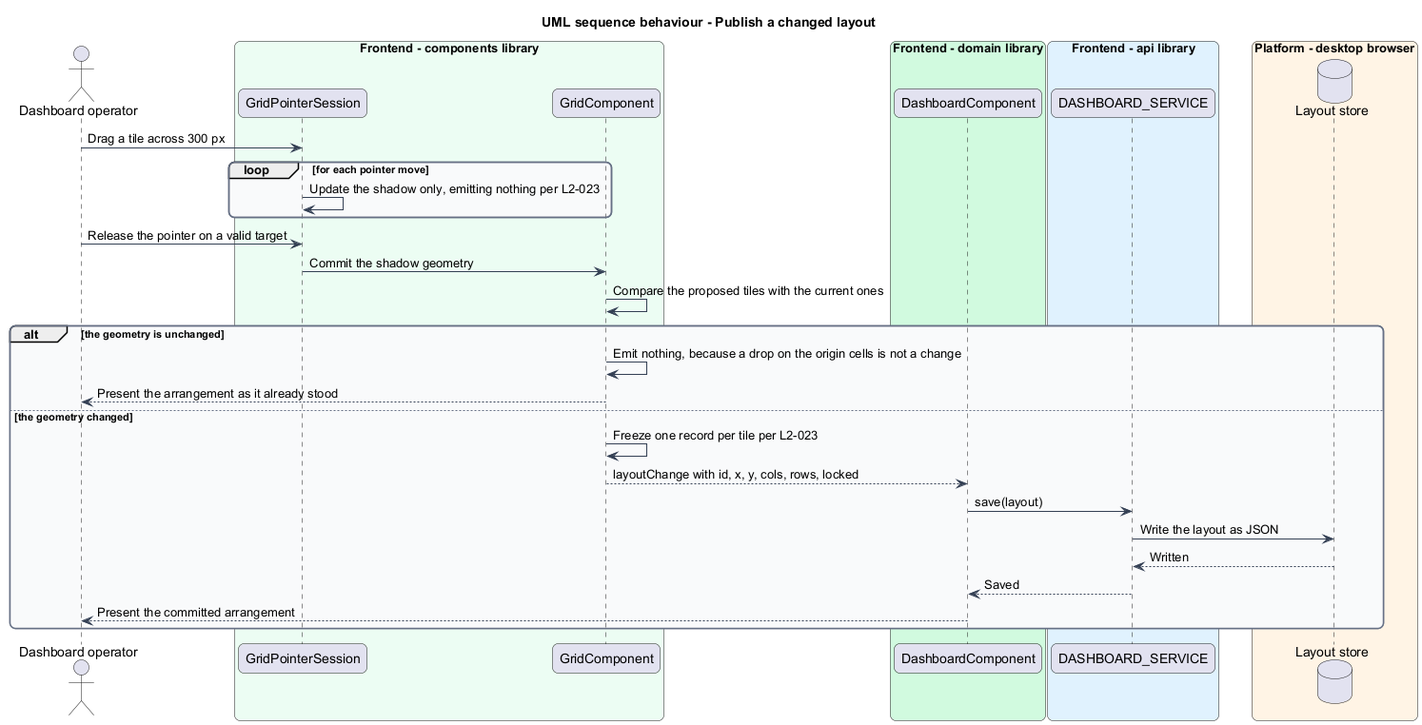
QuinntyneBrown/qbc-grid keeps this PlantUML diagram as docs/detailed-designs/grid-layout/publish-and-restore-layout/diagrams/sequence-publish.png. Above is the earlier version.
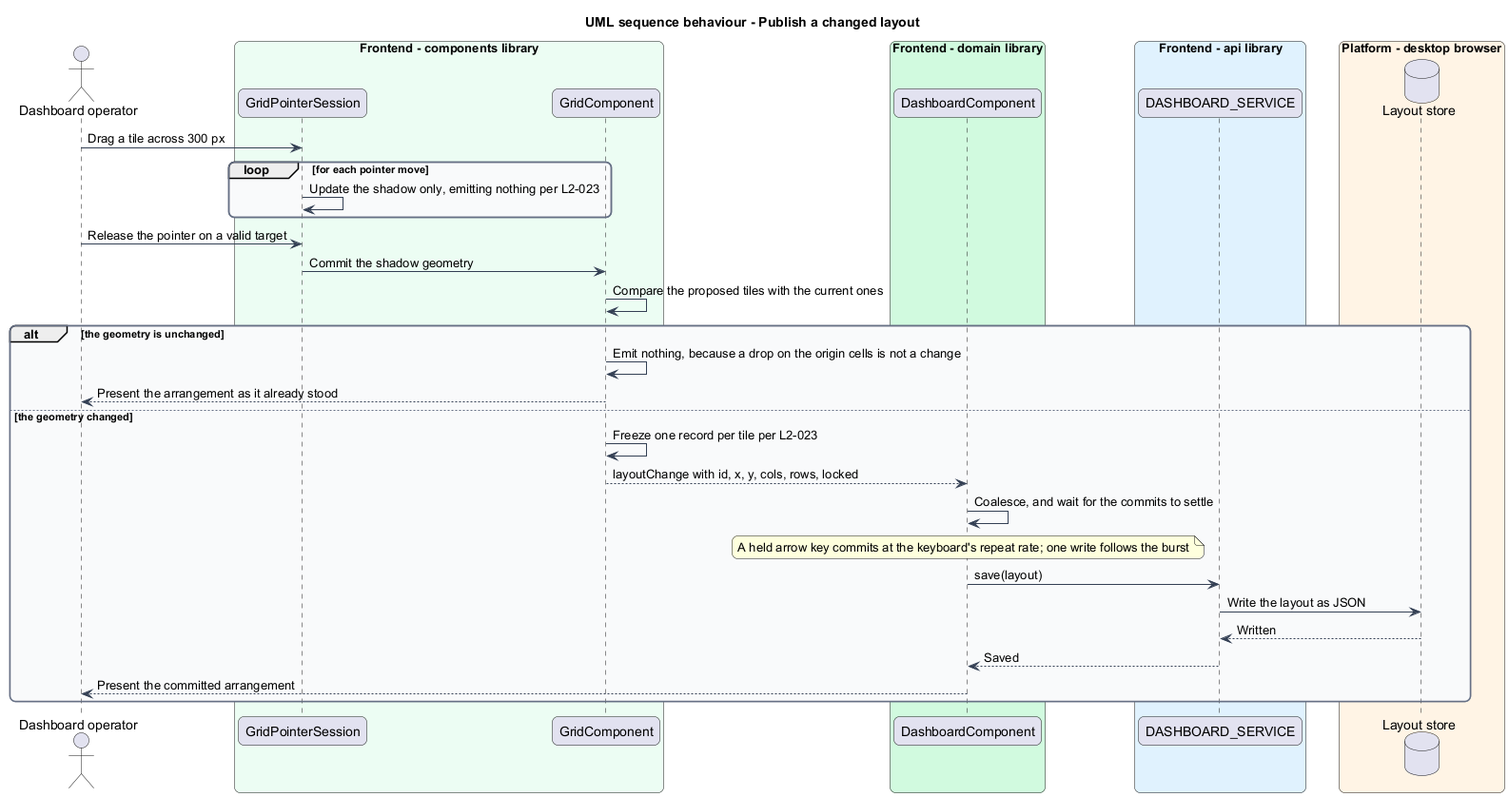
Later version of the same file.

Commit message:
docs: correct two sequences that still showed superseded designs

The edit, as a diff of the source:
```diff
@@ -42,6 +42,8 @@
 else the geometry changed
   grid -> grid : Freeze one record per tile per L2-023
   grid --> dashboard : layoutChange with id, x, y, cols, rows, locked
+  dashboard -> dashboard : Coalesce, and wait for the commits to settle
+  note over dashboard : A held arrow key commits at the keyboard's repeat rate; one write follows the burst
   dashboard -> service : save(layout)
   service -> store : Write the layout as JSON
   store --> service : Written
```
